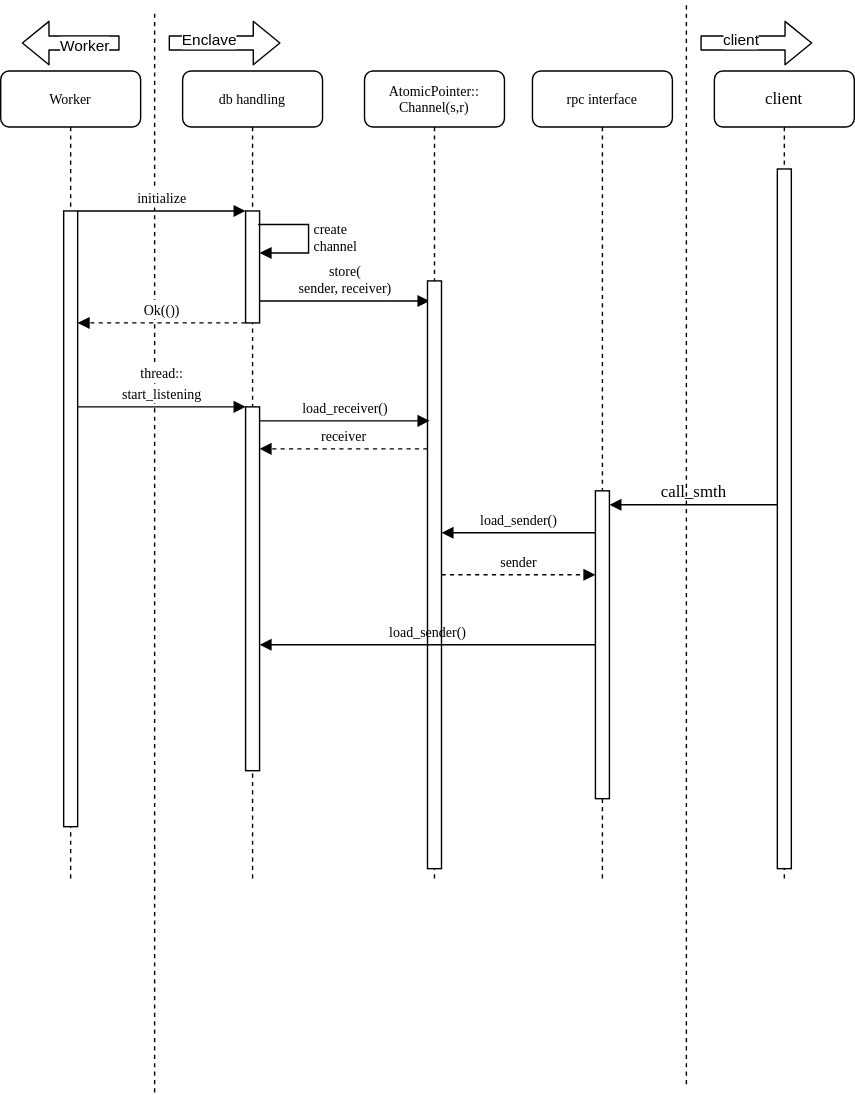
Above: database_thread.svg in haerdib/substraTEE_diagramms (draw.io), before the change. Source tidied: cells renumbered, new cells last; positions are measured from the earlier drawing's top-left corner, leaving out a move shared by most shapes.
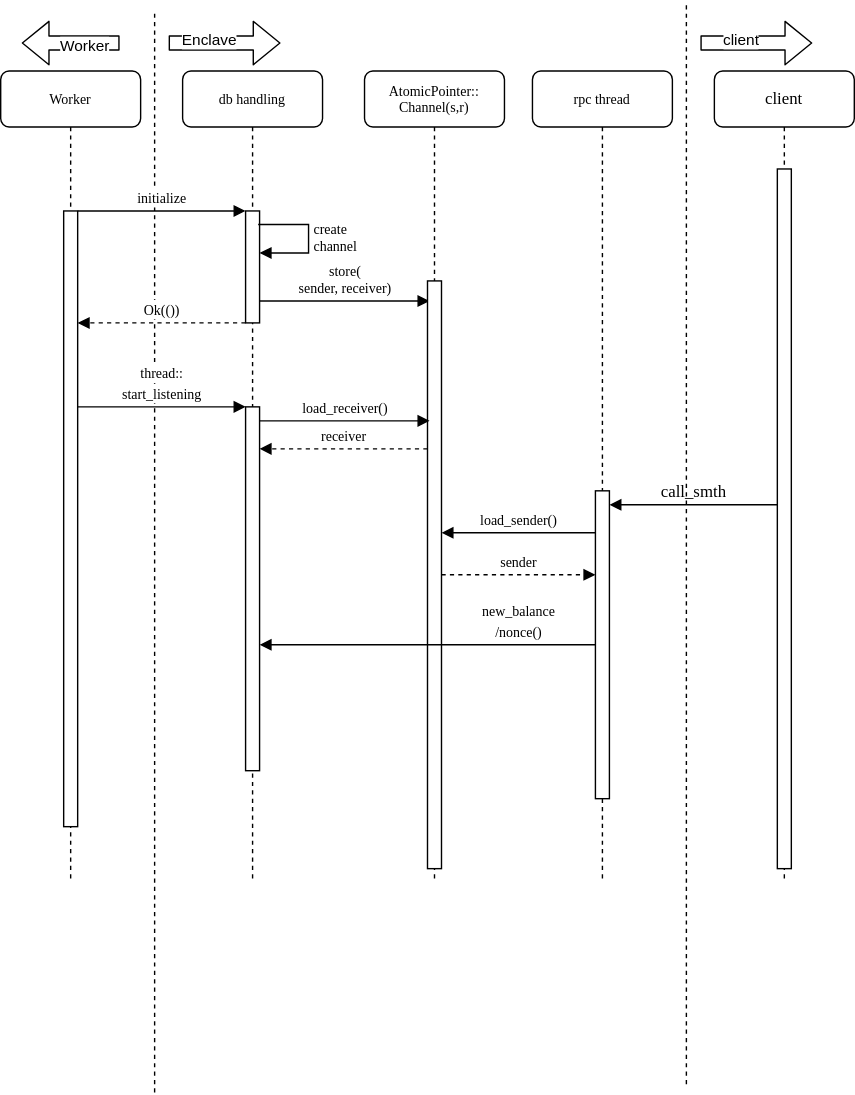
The same file after the commit.

The edit, as a diff of the source:
```diff
@@ -61,7 +61,7 @@
     <mxCell id="13" value="Worker" style="edgeLabel;html=1;align=center;verticalAlign=middle;" parent="12" vertex="1">
       <mxGeometry x="-0.28" y="2" relative="1" as="geometry" />
     </mxCell>
-    <mxCell id="14" value="&lt;font style=&quot;font-size: 10px&quot;&gt;rpc interface&lt;/font&gt;" style="shape=umlLifeline;perimeter=lifelinePerimeter;whiteSpace=wrap;html=1;rounded=1;shadow=0;comic=0;labelBackgroundColor=none;strokeWidth=1;fontFamily=Verdana;fontSize=12;align=center;" parent="1" vertex="1">
+    <mxCell id="14" value="&lt;div&gt;&lt;font style=&quot;font-size: 10px&quot;&gt;rpc thread&lt;br&gt;&lt;/font&gt;&lt;/div&gt;" style="shape=umlLifeline;perimeter=lifelinePerimeter;whiteSpace=wrap;html=1;rounded=1;shadow=0;comic=0;labelBackgroundColor=none;strokeWidth=1;fontFamily=Verdana;fontSize=12;align=center;" parent="1" vertex="1">
       <mxGeometry x="380" y="50" width="100" height="580" as="geometry" />
     </mxCell>
     <mxCell id="15" style="html=1;points=[];perimeter=orthogonalPerimeter;rounded=0;shadow=0;comic=0;labelBackgroundColor=none;strokeWidth=1;fontFamily=Verdana;fontSize=12;align=center;" parent="14" vertex="1">
@@ -139,8 +139,8 @@
     <mxCell id="30" value="&lt;font size=&quot;1&quot;&gt;sender&lt;/font&gt;" style="html=1;verticalAlign=bottom;endArrow=block;labelBackgroundColor=none;fontFamily=Verdana;fontSize=12;dashed=1;" parent="1" edge="1" source="20" target="15">
       <mxGeometry relative="1" as="geometry" />
     </mxCell>
-    <mxCell id="31" value="&lt;font size=&quot;1&quot;&gt;load_sender()&lt;/font&gt;" style="html=1;verticalAlign=bottom;endArrow=block;labelBackgroundColor=none;fontFamily=Verdana;fontSize=12;" parent="1" edge="1" source="15" target="22">
-      <mxGeometry relative="1" as="geometry" />
+    <mxCell id="31" value="&lt;div&gt;&lt;font size=&quot;1&quot;&gt;new_balance&lt;/font&gt;&lt;/div&gt;&lt;div&gt;&lt;font size=&quot;1&quot;&gt;/nonce()&lt;/font&gt;&lt;/div&gt;" style="html=1;verticalAlign=bottom;endArrow=block;labelBackgroundColor=none;fontFamily=Verdana;fontSize=12;" parent="1" edge="1" source="15" target="22">
+      <mxGeometry x="-0.54" relative="1" as="geometry" />
     </mxCell>
   </root>
 </mxGraphModel>
```
